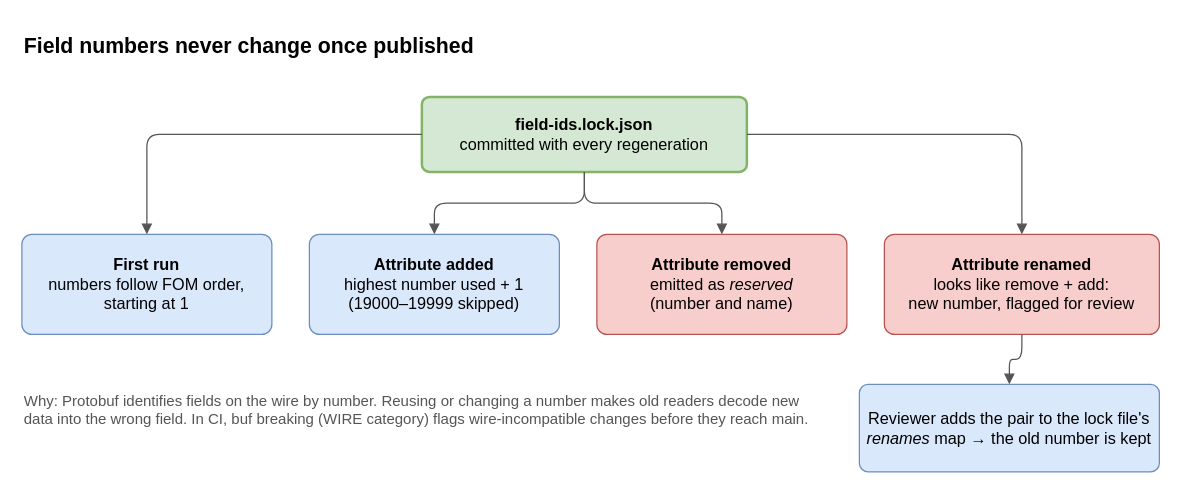
Earlier version of the draw.io diagram docs/diagrams/field-numbering.drawio (gsantopaolo/spacefom2-protobuf). Source tidied: cells renumbered, new cells numbered last; positions are measured from the earlier drawing's top-left corner, leaving out a move shared by most shapes. Both pictures are drawn from the tidied source at 125%, with x=0, y=0 at pixel (21, 21).
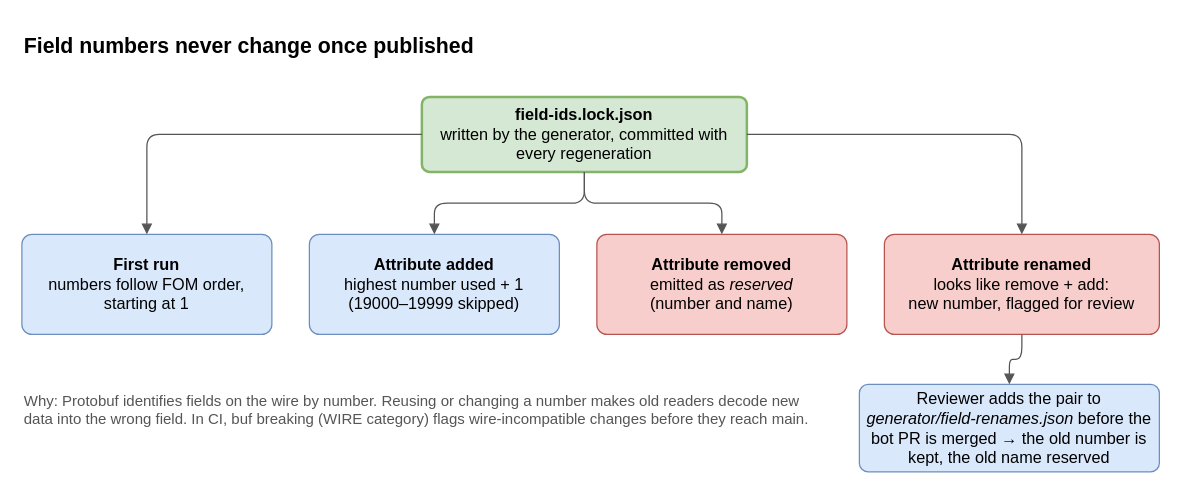
The same page after the edit.

Commit message (it also covers changes not shown here):
Diagrams: renames file, current pull-request rule, bridge marked planned

The edit, as a diff of the source:
```diff
@@
 <mxGraphModel background="#ffffff">
   <root>
     <mxCell id="0" />
     <mxCell id="1" parent="0" />
     <mxCell id="2" value="Field numbers never change once published" style="text;html=1;whiteSpace=wrap;align=left;verticalAlign=middle;fontStyle=1;fontFamily=Helvetica;fontSize=17;" parent="1" vertex="1">
       <mxGeometry width="900" height="40" as="geometry" />
     </mxCell>
-    <mxCell id="3" value="&lt;b&gt;field-ids.lock.json&lt;/b&gt;&lt;br&gt;committed with every regeneration" style="rounded=1;whiteSpace=wrap;html=1;arcSize=10;fillColor=#d5e8d4;strokeColor=#82b366;strokeWidth=2;fontFamily=Helvetica;fontSize=13;" parent="1" vertex="1">
+    <mxCell id="3" value="&lt;b&gt;field-ids.lock.json&lt;/b&gt;&lt;br&gt;written by the generator, committed with every regeneration" style="rounded=1;whiteSpace=wrap;html=1;arcSize=10;fillColor=#d5e8d4;strokeColor=#82b366;strokeWidth=2;fontFamily=Helvetica;fontSize=13;" parent="1" vertex="1">
       <mxGeometry x="320" y="60" width="260" height="60" as="geometry" />
     </mxCell>
     <mxCell id="4" value="&lt;b&gt;First run&lt;/b&gt;&lt;br&gt;numbers follow FOM order,&lt;br&gt;starting at 1" style="rounded=1;whiteSpace=wrap;html=1;arcSize=10;fillColor=#dae8fc;strokeColor=#6c8ebf;fontFamily=Helvetica;fontSize=13;" parent="1" vertex="1">
       <mxGeometry y="170" width="200" height="80" as="geometry" />
     </mxCell>
     <mxCell id="5" value="&lt;b&gt;Attribute added&lt;/b&gt;&lt;br&gt;highest number used + 1&lt;br&gt;(19000–19999 skipped)" style="rounded=1;whiteSpace=wrap;html=1;arcSize=10;fillColor=#dae8fc;strokeColor=#6c8ebf;fontFamily=Helvetica;fontSize=13;" parent="1" vertex="1">
       <mxGeometry x="230" y="170" width="200" height="80" as="geometry" />
     </mxCell>
     <mxCell id="6" value="&lt;b&gt;Attribute removed&lt;/b&gt;&lt;br&gt;emitted as &lt;i&gt;reserved&lt;/i&gt;&lt;br&gt;(number and name)" style="rounded=1;whiteSpace=wrap;html=1;arcSize=10;fillColor=#f8cecc;strokeColor=#b85450;fontFamily=Helvetica;fontSize=13;" parent="1" vertex="1">
       <mxGeometry x="460" y="170" width="200" height="80" as="geometry" />
     </mxCell>
     <mxCell id="7" value="&lt;b&gt;Attribute renamed&lt;/b&gt;&lt;br&gt;looks like remove + add:&lt;br&gt;new number, flagged for review" style="rounded=1;whiteSpace=wrap;html=1;arcSize=10;fillColor=#f8cecc;strokeColor=#b85450;fontFamily=Helvetica;fontSize=13;" parent="1" vertex="1">
       <mxGeometry x="690" y="170" width="220" height="80" as="geometry" />
     </mxCell>
     <mxCell id="8" style="edgeStyle=orthogonalEdgeStyle;rounded=1;html=1;endArrow=block;endFill=1;strokeColor=#555555;fontFamily=Helvetica;fontSize=12;labelBackgroundColor=#ffffff;" parent="1" edge="1" source="3" target="4">
       <mxGeometry relative="1" as="geometry" />
     </mxCell>
     <mxCell id="9" style="edgeStyle=orthogonalEdgeStyle;rounded=1;html=1;endArrow=block;endFill=1;strokeColor=#555555;fontFamily=Helvetica;fontSize=12;labelBackgroundColor=#ffffff;" parent="1" edge="1" source="3" target="5">
       <mxGeometry relative="1" as="geometry" />
     </mxCell>
     <mxCell id="10" style="edgeStyle=orthogonalEdgeStyle;rounded=1;html=1;endArrow=block;endFill=1;strokeColor=#555555;fontFamily=Helvetica;fontSize=12;labelBackgroundColor=#ffffff;" parent="1" edge="1" source="3" target="6">
       <mxGeometry relative="1" as="geometry" />
     </mxCell>
     <mxCell id="11" style="edgeStyle=orthogonalEdgeStyle;rounded=1;html=1;endArrow=block;endFill=1;strokeColor=#555555;fontFamily=Helvetica;fontSize=12;labelBackgroundColor=#ffffff;" parent="1" edge="1" source="3" target="7">
       <mxGeometry relative="1" as="geometry" />
     </mxCell>
-    <mxCell id="12" value="Reviewer adds the pair to the lock file's &lt;i&gt;renames&lt;/i&gt; map → the old number is kept" style="rounded=1;whiteSpace=wrap;html=1;arcSize=10;fillColor=#dae8fc;strokeColor=#6c8ebf;fontFamily=Helvetica;fontSize=13;" parent="1" vertex="1">
+    <mxCell id="12" value="Reviewer adds the pair to &lt;i&gt;generator/field-renames.json&lt;/i&gt; before the bot PR is merged → the old number is kept, the old name reserved" style="rounded=1;whiteSpace=wrap;html=1;arcSize=10;fillColor=#dae8fc;strokeColor=#6c8ebf;fontFamily=Helvetica;fontSize=13;" parent="1" vertex="1">
       <mxGeometry x="670" y="290" width="240" height="70" as="geometry" />
     </mxCell>
     <mxCell id="13" style="edgeStyle=orthogonalEdgeStyle;rounded=1;html=1;endArrow=block;endFill=1;strokeColor=#555555;fontFamily=Helvetica;fontSize=12;labelBackgroundColor=#ffffff;" parent="1" edge="1" source="7" target="12">
       <mxGeometry relative="1" as="geometry" />
     </mxCell>
     <mxCell id="14" value="Why: Protobuf identifies fields on the wire by number. Reusing or changing a number makes old readers decode new data into the wrong field. In CI, buf breaking (WIRE category) flags wire-incompatible changes before they reach main." style="text;html=1;whiteSpace=wrap;align=left;verticalAlign=top;fontColor=#555555;fontFamily=Helvetica;fontSize=12;" parent="1" vertex="1">
       <mxGeometry y="290" width="640" height="70" as="geometry" />
     </mxCell>
   </root>
 </mxGraphModel>
```
